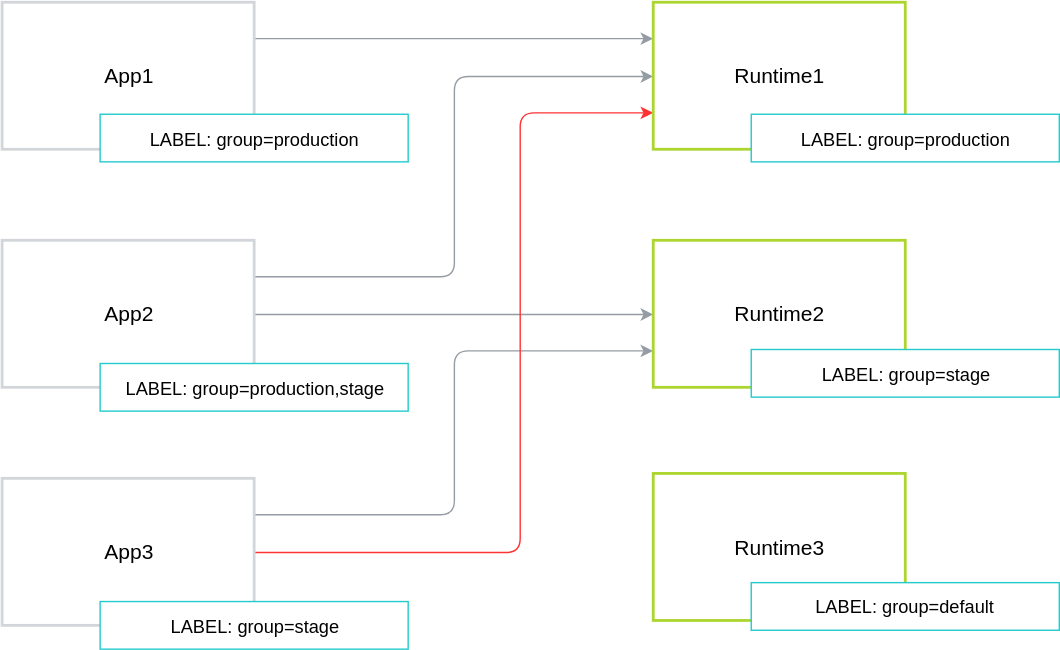
kyma-incubator/compass keeps this draw.io diagram as docs/architecture/assets/grouping.svg. Above is the earlier version. Source tidied: cells renumbered, new cells last; positions are measured from the earlier drawing's top-left corner, leaving out a move shared by most shapes.
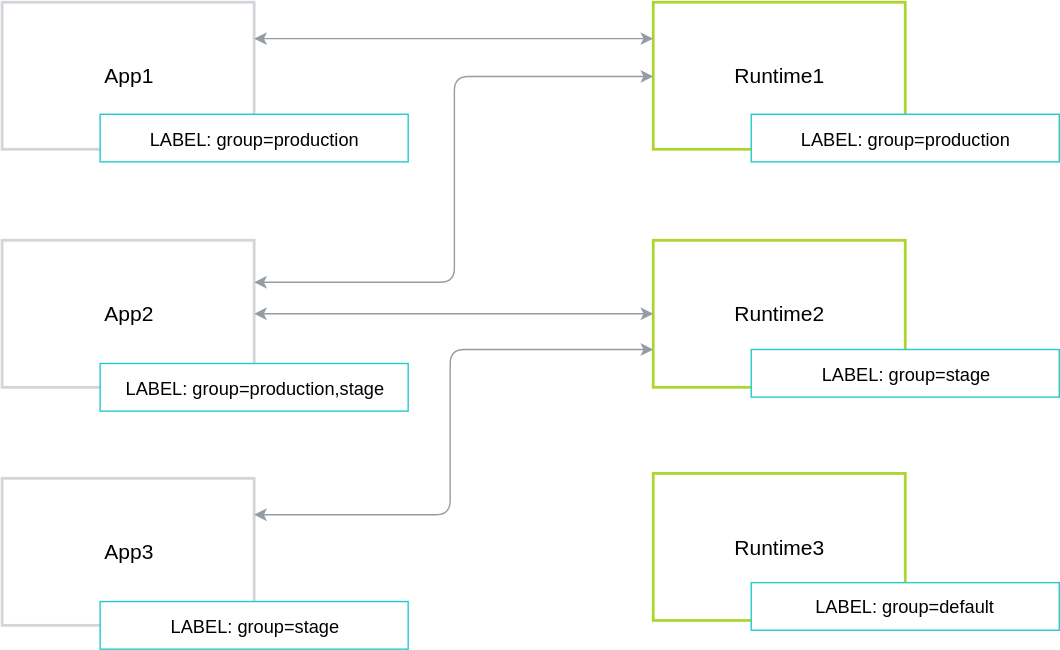
Later version of the same file.

Commit message:
after code review

What changed in the source:
```diff
@@ -2,32 +2,12 @@
   <root>
     <mxCell id="0" />
     <mxCell id="1" parent="0" />
-    <mxCell id="2" style="edgeStyle=orthogonalEdgeStyle;rounded=1;jettySize=auto;html=1;exitX=1;exitY=0.25;exitDx=0;exitDy=0;entryX=0;entryY=0.25;entryDx=0;entryDy=0;fontSize=51;fontColor=#FF0000;strokeColor=#959CA4;" parent="1" edge="1" source="3" target="10">
-      <mxGeometry relative="1" as="geometry" />
-    </mxCell>
     <mxCell id="3" value="&lt;font style=&quot;font-size: 15px&quot;&gt;App1&lt;/font&gt;" style="rounded=0;whiteSpace=wrap;html=1;strokeColor=#D2D5D9;strokeWidth=2;" parent="1" vertex="1">
       <mxGeometry width="180" height="105" as="geometry" />
     </mxCell>
-    <mxCell id="4" style="edgeStyle=orthogonalEdgeStyle;jettySize=auto;html=1;exitX=1;exitY=0.25;exitDx=0;exitDy=0;entryX=0;entryY=0.5;entryDx=0;entryDy=0;strokeColor=#959CA4;rounded=1;" parent="1" edge="1" source="6" target="10">
-      <mxGeometry relative="1" as="geometry" />
-    </mxCell>
-    <mxCell id="5" style="edgeStyle=orthogonalEdgeStyle;jettySize=auto;html=1;exitX=1;exitY=0.5;exitDx=0;exitDy=0;entryX=0;entryY=0.5;entryDx=0;entryDy=0;strokeColor=#959CA4;rounded=1;" parent="1" edge="1" source="6" target="11">
-      <mxGeometry relative="1" as="geometry" />
-    </mxCell>
     <mxCell id="6" value="&lt;font style=&quot;font-size: 15px&quot;&gt;App2&lt;/font&gt;" style="rounded=0;whiteSpace=wrap;html=1;strokeColor=#D2D5D9;strokeWidth=2;" parent="1" vertex="1">
       <mxGeometry y="170" width="180" height="105" as="geometry" />
     </mxCell>
-    <mxCell id="7" style="edgeStyle=orthogonalEdgeStyle;jettySize=auto;html=1;exitX=1;exitY=0.25;exitDx=0;exitDy=0;entryX=0;entryY=0.75;entryDx=0;entryDy=0;strokeColor=#959CA4;rounded=1;" parent="1" edge="1" source="9" target="11">
-      <mxGeometry relative="1" as="geometry" />
-    </mxCell>
-    <mxCell id="8" style="edgeStyle=orthogonalEdgeStyle;rounded=1;jettySize=auto;html=1;exitX=1;exitY=0.5;exitDx=0;exitDy=0;entryX=0;entryY=0.75;entryDx=0;entryDy=0;strokeColor=#FF3333;" parent="1" edge="1" source="9" target="10">
-      <mxGeometry relative="1" as="geometry">
-        <Array as="points">
-          <mxPoint x="370" y="393" />
-          <mxPoint x="370" y="79" />
-        </Array>
-      </mxGeometry>
-    </mxCell>
     <mxCell id="9" value="&lt;font style=&quot;font-size: 15px&quot;&gt;App3&lt;/font&gt;" style="rounded=0;whiteSpace=wrap;html=1;strokeColor=#D2D5D9;strokeWidth=2;" parent="1" vertex="1">
       <mxGeometry y="340" width="180" height="105" as="geometry" />
     </mxCell>
@@ -58,5 +38,28 @@
     <mxCell id="18" value="&lt;font style=&quot;font-size: 13px&quot;&gt;LABEL: group=default&lt;/font&gt;" style="rounded=0;whiteSpace=wrap;html=1;strokeColor=#24CACC;" parent="1" vertex="1">
       <mxGeometry x="535" y="414.5" width="220" height="34" as="geometry" />
     </mxCell>
+    <mxCell id="2" style="endArrow=classic;startArrow=classic;html=1;exitX=1;exitY=0.25;exitDx=0;exitDy=0;entryX=0;entryY=0.25;entryDx=0;entryDy=0;strokeColor=#959CA4;" parent="1" edge="1" source="3" target="10">
+      <mxGeometry relative="1" as="geometry" />
+    </mxCell>
+    <mxCell id="19" style="endArrow=classic;startArrow=classic;html=1;exitX=1;exitY=0.25;exitDx=0;exitDy=0;entryX=0;entryY=0.5;entryDx=0;entryDy=0;edgeStyle=orthogonalEdgeStyle;strokeColor=#959CA4;" parent="1" edge="1" target="10">
+      <mxGeometry relative="1" as="geometry">
+        <mxPoint x="180" y="200" as="sourcePoint" />
+      </mxGeometry>
+    </mxCell>
+    <mxCell id="20" style="endArrow=classic;startArrow=classic;html=1;exitX=1;exitY=0.25;exitDx=0;exitDy=0;entryX=0;entryY=0.25;entryDx=0;entryDy=0;strokeColor=#959CA4;" parent="1" edge="1">
+      <mxGeometry relative="1" as="geometry">
+        <mxPoint x="180" y="222.5" as="sourcePoint" />
+        <mxPoint x="465" y="222.5" as="targetPoint" />
+      </mxGeometry>
+    </mxCell>
+    <mxCell id="21" style="endArrow=classic;startArrow=classic;html=1;exitX=1;exitY=0.25;exitDx=0;exitDy=0;entryX=0;entryY=0.25;entryDx=0;entryDy=0;edgeStyle=orthogonalEdgeStyle;strokeColor=#959CA4;" parent="1" edge="1" source="9">
+      <mxGeometry relative="1" as="geometry">
+        <mxPoint x="465" y="247.5" as="targetPoint" />
+        <Array as="points">
+          <mxPoint x="320" y="366" />
+          <mxPoint x="320" y="248" />
+        </Array>
+      </mxGeometry>
+    </mxCell>
   </root>
 </mxGraphModel>
```
